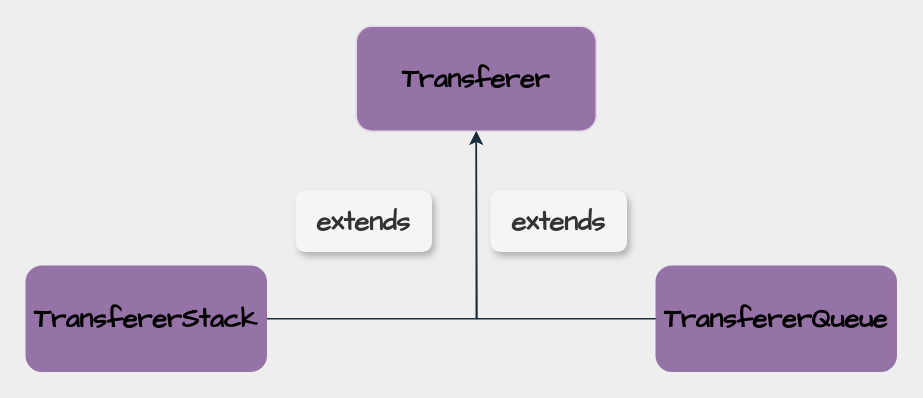
Before: page "内部类-Transferer 的副本" (4 of 9) of thread/SynchronousQueue.drawio in mydlxy/draw, a draw.io diagram. Source tidied: cells renumbered, new cells numbered last; positions are measured from the earlier drawing's top-left corner, leaving out a move shared by most shapes. Both pictures are drawn from the tidied source at 150%, with x=0, y=0 at pixel (26, 26).
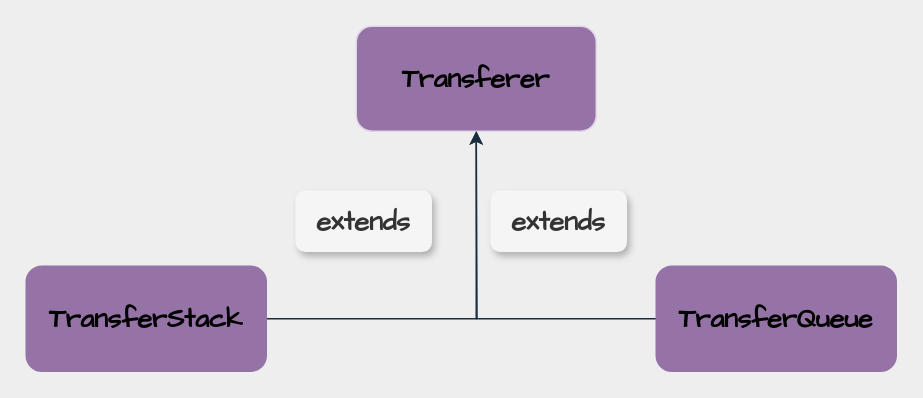
The same page after the edit.

The edit, as a diff of the source:
```diff
@@
 <mxGraphModel background="#EEEEEE">
   <root>
     <mxCell id="0" />
     <mxCell id="1" parent="0" />
     <mxCell id="2" value="&lt;b&gt;&lt;font face=&quot;Comic Sans MS&quot; style=&quot;font-size: 18px;&quot;&gt;Transferer&lt;/font&gt;&lt;/b&gt;" style="rounded=1;whiteSpace=wrap;html=1;strokeColor=#E1D5E7;fillColor=#9673A6;shadow=0;" parent="1" vertex="1">
       <mxGeometry x="220" width="160" height="70" as="geometry" />
     </mxCell>
     <mxCell id="3" style="edgeStyle=orthogonalEdgeStyle;rounded=0;jettySize=auto;html=1;entryX=0.5;entryY=1;entryDx=0;entryDy=0;strokeColor=#182E3E;fontFamily=Comic Sans MS;fontSize=18;fontColor=#1A1A1A;" parent="1" edge="1" source="4" target="2">
       <mxGeometry relative="1" as="geometry" />
     </mxCell>
-    <mxCell id="4" value="&lt;b&gt;&lt;font face=&quot;Comic Sans MS&quot; style=&quot;font-size: 18px;&quot;&gt;TransfererStack&lt;/font&gt;&lt;/b&gt;" style="rounded=1;whiteSpace=wrap;html=1;strokeColor=#9673a6;fillColor=#9673A6;" parent="1" vertex="1">
+    <mxCell id="4" value="&lt;b&gt;&lt;font face=&quot;Comic Sans MS&quot; style=&quot;font-size: 18px;&quot;&gt;TransferStack&lt;/font&gt;&lt;/b&gt;" style="rounded=1;whiteSpace=wrap;html=1;strokeColor=#9673a6;fillColor=#9673A6;" parent="1" vertex="1">
       <mxGeometry y="160" width="160" height="70" as="geometry" />
     </mxCell>
     <mxCell id="5" style="edgeStyle=orthogonalEdgeStyle;rounded=0;jettySize=auto;html=1;strokeColor=#182E3E;fontFamily=Comic Sans MS;fontSize=18;fontColor=#1A1A1A;" parent="1" edge="1" source="6">
       <mxGeometry relative="1" as="geometry">
         <mxPoint x="300" y="70" as="targetPoint" />
       </mxGeometry>
     </mxCell>
-    <mxCell id="6" value="&lt;b&gt;&lt;font face=&quot;Comic Sans MS&quot; style=&quot;font-size: 18px;&quot;&gt;TransfererQueue&lt;/font&gt;&lt;/b&gt;" style="rounded=1;whiteSpace=wrap;html=1;strokeColor=#9673A6;fillColor=#9673A6;" parent="1" vertex="1">
+    <mxCell id="6" value="&lt;b&gt;&lt;font face=&quot;Comic Sans MS&quot; style=&quot;font-size: 18px;&quot;&gt;TransferQueue&lt;/font&gt;&lt;/b&gt;" style="rounded=1;whiteSpace=wrap;html=1;strokeColor=#9673A6;fillColor=#9673A6;" parent="1" vertex="1">
       <mxGeometry x="420" y="160" width="160" height="70" as="geometry" />
     </mxCell>
     <mxCell id="7" value="&lt;b&gt;extends&lt;/b&gt;" style="text;html=1;strokeColor=#F5F5F5;fillColor=#F5F5F5;align=center;verticalAlign=middle;whiteSpace=wrap;rounded=1;fontFamily=Comic Sans MS;fontSize=18;fontColor=#333333;shadow=1;" parent="1" vertex="1">
       <mxGeometry x="180" y="110" width="90" height="40" as="geometry" />
     </mxCell>
     <mxCell id="8" value="&lt;b&gt;extends&lt;/b&gt;" style="text;html=1;strokeColor=#F5F5F5;fillColor=#F5F5F5;align=center;verticalAlign=middle;whiteSpace=wrap;rounded=1;fontFamily=Comic Sans MS;fontSize=18;fontColor=#333333;shadow=1;" parent="1" vertex="1">
       <mxGeometry x="310" y="110" width="90" height="40" as="geometry" />
     </mxCell>
   </root>
 </mxGraphModel>
```
